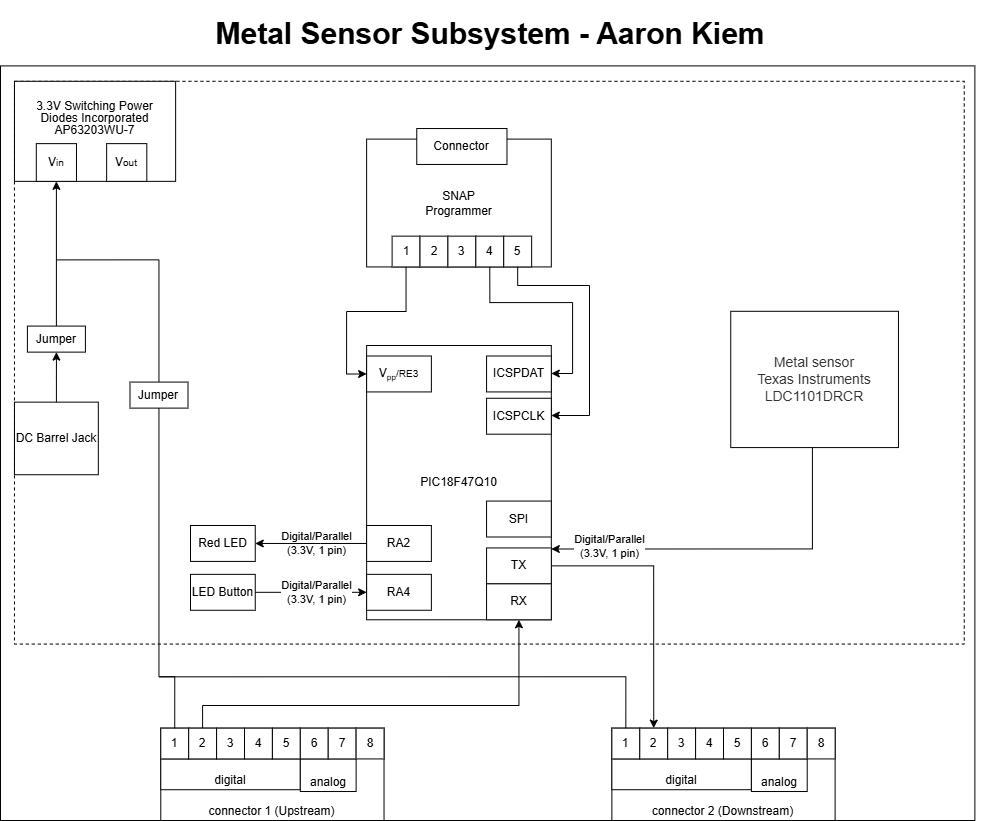
Earlier version of the draw.io export docs/02-Block-Diagram/Individual_Block_Diagram.drawio.png (AaronKiem/AaronKiem.github.io). Source tidied: cells renumbered, new cells last; positions are measured from the earlier drawing's top-left corner, leaving out a move shared by most shapes.
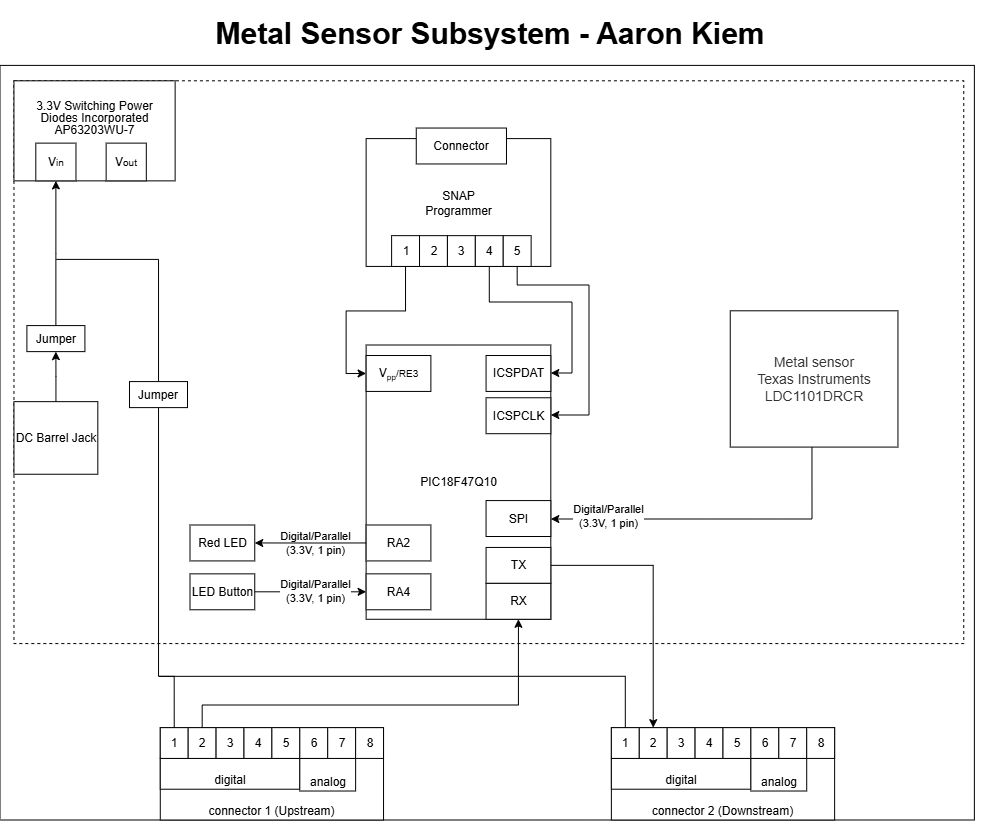
The same file after the commit.

Diff of the diagram source:
```diff
@@ -171,11 +171,12 @@
     <mxCell id="51" value="Jumper" style="whiteSpace=wrap;html=1;rounded=0;" parent="2" vertex="1">
       <mxGeometry x="26.9" y="310.6" width="58" height="26" as="geometry" />
     </mxCell>
-    <mxCell id="52" style="edgeStyle=orthogonalEdgeStyle;rounded=0;jettySize=auto;html=1;entryX=1;entryY=0.5;entryDx=0;entryDy=0;" parent="2" edge="1" source="54">
+    <mxCell id="52" style="edgeStyle=orthogonalEdgeStyle;rounded=0;jettySize=auto;html=1;entryX=1;entryY=0.5;entryDx=0;entryDy=0;" parent="2" edge="1" target="59">
       <mxGeometry relative="1" as="geometry">
-        <mxPoint x="550.8" y="533.5" as="targetPoint" />
+        <mxPoint x="812" y="410" as="sourcePoint" />
         <Array as="points">
-          <mxPoint x="812" y="533.5" />
+          <mxPoint x="812" y="504" />
+          <mxPoint x="551" y="504" />
         </Array>
       </mxGeometry>
     </mxCell>
```
